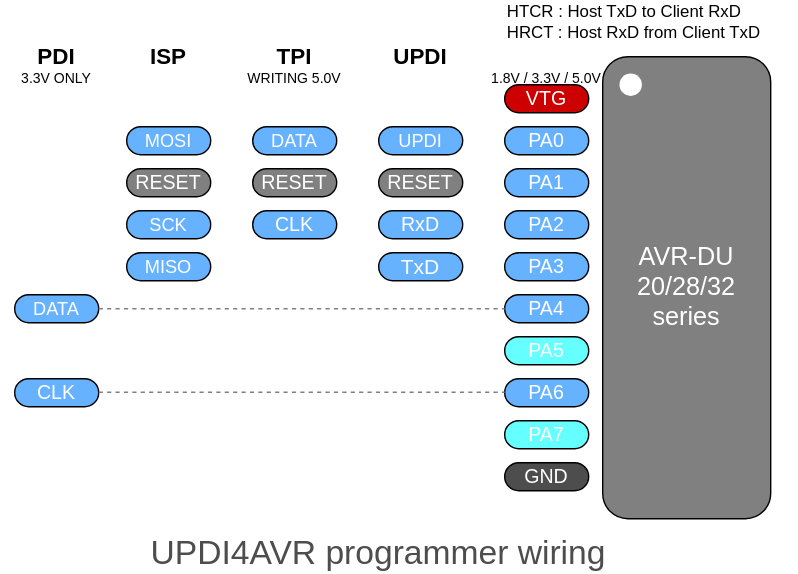
askn37/askn37.github.io keeps this draw.io diagram as product/UPDI4AVR/images/U4AU_PINOUT.drawio.svg. Above is the earlier version. Source tidied: cells renumbered, new cells last; positions are measured from the earlier drawing's top-left corner, leaving out a move shared by most shapes. Source of this version:
```xml
<mxGraphModel>
  <root>
    <mxCell id="0" />
    <mxCell id="1" parent="0" />
    <mxCell id="2" value="PDI" style="text;strokeColor=none;align=center;fillColor=none;html=1;verticalAlign=middle;whiteSpace=wrap;rounded=0;fontSize=16;fontStyle=1;" parent="1" vertex="1">
      <mxGeometry x="10" y="30" width="60" height="20" as="geometry" />
    </mxCell>
    <mxCell id="3" value="PA2" style="rounded=1;whiteSpace=wrap;html=1;labelBackgroundColor=none;fontSize=14;fontColor=#FFFFFF;fillColor=#66B2FF;arcSize=50;verticalAlign=middle;" parent="1" vertex="1">
      <mxGeometry x="360" y="150" width="60" height="20" as="geometry" />
    </mxCell>
    <mxCell id="4" value="GND" style="rounded=1;whiteSpace=wrap;html=1;labelBackgroundColor=none;fontSize=14;fontColor=#FFFFFF;fillColor=#4D4D4D;arcSize=50;verticalAlign=middle;" parent="1" vertex="1">
      <mxGeometry x="360" y="330" width="60" height="20" as="geometry" />
    </mxCell>
    <mxCell id="5" value="PA3" style="rounded=1;whiteSpace=wrap;html=1;labelBackgroundColor=none;fontSize=14;fontColor=#FFFFFF;fillColor=#66B2FF;arcSize=50;verticalAlign=middle;" parent="1" vertex="1">
      <mxGeometry x="360" y="180" width="60" height="20" as="geometry" />
    </mxCell>
    <mxCell id="6" value="VTG" style="rounded=1;whiteSpace=wrap;html=1;labelBackgroundColor=none;fontSize=14;fontColor=#FFFFFF;fillColor=#CC0000;arcSize=50;verticalAlign=middle;" parent="1" vertex="1">
      <mxGeometry x="360" y="60" width="60" height="20" as="geometry" />
    </mxCell>
    <mxCell id="7" value="PA0" style="rounded=1;whiteSpace=wrap;html=1;labelBackgroundColor=none;fontSize=14;fontColor=#FFFFFF;fillColor=#66B2FF;arcSize=50;verticalAlign=middle;" parent="1" vertex="1">
      <mxGeometry x="360" y="90" width="60" height="20" as="geometry" />
    </mxCell>
    <mxCell id="8" value="AVR-DU&lt;br&gt;20/28/32&lt;br&gt;series" style="rounded=1;whiteSpace=wrap;html=1;labelBackgroundColor=none;fontSize=18;fontColor=#FFFFFF;fillColor=#808080;" parent="1" vertex="1">
      <mxGeometry x="430" y="40" width="120" height="330" as="geometry" />
    </mxCell>
    <mxCell id="9" value="TxD" style="rounded=1;whiteSpace=wrap;html=1;labelBackgroundColor=none;fontSize=15;fontColor=#FFFFFF;fillColor=#66B2FF;arcSize=50;verticalAlign=middle;" parent="1" vertex="1">
      <mxGeometry x="270" y="180" width="60" height="20" as="geometry" />
    </mxCell>
    <mxCell id="10" value="RxD" style="rounded=1;whiteSpace=wrap;html=1;labelBackgroundColor=none;fontSize=14;fontColor=#FFFFFF;fillColor=#66B2FF;arcSize=50;verticalAlign=middle;" parent="1" vertex="1">
      <mxGeometry x="270" y="150" width="60" height="20" as="geometry" />
    </mxCell>
    <mxCell id="11" value="UPDI" style="rounded=1;whiteSpace=wrap;html=1;labelBackgroundColor=none;fontSize=13;fontColor=#FFFFFF;fillColor=#66B2FF;arcSize=50;verticalAlign=middle;" parent="1" vertex="1">
      <mxGeometry x="270" y="90" width="60" height="20" as="geometry" />
    </mxCell>
    <mxCell id="12" value="RESET" style="rounded=1;whiteSpace=wrap;html=1;labelBackgroundColor=none;fontSize=14;fontColor=#FFFFFF;fillColor=#808080;arcSize=50;verticalAlign=middle;" parent="1" vertex="1">
      <mxGeometry x="270" y="120" width="60" height="20" as="geometry" />
    </mxCell>
    <mxCell id="13" value="UPDI4AVR programmer wiring" style="text;strokeColor=none;align=center;fillColor=none;html=1;verticalAlign=middle;whiteSpace=wrap;rounded=0;labelBackgroundColor=none;fontSize=24;fontColor=#4D4D4D;" parent="1" vertex="1">
      <mxGeometry x="50" y="380" width="440" height="30" as="geometry" />
    </mxCell>
    <mxCell id="14" value="PA1" style="rounded=1;whiteSpace=wrap;html=1;labelBackgroundColor=none;fontSize=14;fontColor=#FFFFFF;fillColor=#66B2FF;arcSize=50;verticalAlign=middle;" parent="1" vertex="1">
      <mxGeometry x="360" y="120" width="60" height="20" as="geometry" />
    </mxCell>
    <mxCell id="15" style="shape=waypoint;sketch=0;size=6;fillColor=none;perimeter=centerPerimeter;labelBackgroundColor=none;fontSize=16;fontColor=#000000;strokeColor=#FFFFFF;strokeWidth=6;" parent="1" vertex="1">
      <mxGeometry x="440" y="50" width="20" height="20" as="geometry" />
    </mxCell>
    <mxCell id="16" value="HTCR : Host TxD to Client RxD&lt;span style=&quot;color: rgba(0, 0, 0, 0); font-family: monospace; font-size: 0px;&quot;&gt;%CmxGraphModel%3E%3Croot%3E%3CmxCell%20id%3D%220%22%2F%3E%3CmxCell%20id%3D%221%22%20parent%3D%220%22%2F%3E%3CmxCell%20id%3D%222%22%20value%3D%22%22%20style%3D%22shape%3Dwaypoint%3Bsketch%3D0%3Bsize%3D6%3BpointerEvents%3D1%3Bpoints%3D%5B%5D%3BfillColor%3Dnone%3Bresizable%3D0%3Brotatable%3D0%3Bperimeter%3DcenterPerimeter%3BsnapToPoint%3D1%3BlabelBackgroundColor%3Dnone%3BfontSize%3D16%3BfontColor%3D%23000000%3BstrokeColor%3D%2380FF00%3BstrokeWidth%3D6%3B%22%20vertex%3D%221%22%20parent%3D%221%22%3E%3CmxGeometry%20x%3D%22450%22%20y%3D%22200%22%20width%3D%2220%22%20height%3D%2220%22%20as%3D%22geometry%22%2F%3E%3C%2FmxCell%3E%3C%2Froot%3E%3C%2FmxGraphModel%3&lt;br&gt;&lt;span style=&quot;color: rgb(0, 0, 0); font-family: Helvetica; font-size: 12px;&quot;&gt;HRCT : Host RxD from Client TxD&lt;/span&gt;&lt;span style=&quot;scrollbar-color: rgb(226, 226, 226) rgb(251, 251, 251); color: rgba(0, 0, 0, 0);&quot;&gt;%3CmxGraphModel%3E%3Croot%3E%3CmxCell%20id%3D%220%22%2F%3E%3CmxCell%20id%3D%221%22%20parent%3D%220%22%2F%3E%3CmxCell%20id%3D%222%22%20value%3D%22%22%20style%3D%22shape%3Dwaypoint%3Bsketch%3D0%3Bsize%3D6%3BpointerEvents%3D1%3Bpoints%3D%5B%5D%3BfillColor%3Dnone%3Bresizable%3D0%3Brotatable%3D0%3Bperimeter%3DcenterPerimeter%3BsnapToPoint%3D1%3BlabelBackgroundColor%3Dnone%3BfontSize%3D16%3BfontColor%3D%23000000%3BstrokeColor%3D%2380FF00%3BstrokeWidth%3D6%3B%22%20vertex%3D%221%22%20parent%3D%221%22%3E%3CmxGeometry%20x%3D%22450%22%20y%3D%22200%22%20width%3D%2220%22%20height%3D%2220%22%20as%3D%22geometry%22%2F%3E%3C%2FmxCell%3E%3C%2Froot%3E%3C%2FmxGraphModel%3E&lt;/span&gt;&lt;/span&gt;" style="text;strokeColor=none;align=left;fillColor=none;html=1;verticalAlign=middle;whiteSpace=wrap;rounded=0;" parent="1" vertex="1">
      <mxGeometry x="360" width="210" height="30" as="geometry" />
    </mxCell>
    <mxCell id="17" value="PA4" style="rounded=1;whiteSpace=wrap;html=1;labelBackgroundColor=none;fontSize=14;fontColor=#FFFFFF;fillColor=#66B2FF;arcSize=50;verticalAlign=middle;" parent="1" vertex="1">
      <mxGeometry x="360" y="210" width="60" height="20" as="geometry" />
    </mxCell>
    <mxCell id="18" value="PA5" style="rounded=1;whiteSpace=wrap;html=1;labelBackgroundColor=none;fontSize=14;fontColor=#FFFFFF;fillColor=#66FFFF;arcSize=50;verticalAlign=middle;" parent="1" vertex="1">
      <mxGeometry x="360" y="240" width="60" height="20" as="geometry" />
    </mxCell>
    <mxCell id="19" value="PA6" style="rounded=1;whiteSpace=wrap;html=1;labelBackgroundColor=none;fontSize=14;fontColor=#FFFFFF;fillColor=#66B2FF;arcSize=50;verticalAlign=middle;" parent="1" vertex="1">
      <mxGeometry x="360" y="270" width="60" height="20" as="geometry" />
    </mxCell>
    <mxCell id="20" value="PA7" style="rounded=1;whiteSpace=wrap;html=1;labelBackgroundColor=none;fontSize=14;fontColor=#FFFFFF;fillColor=#66FFFF;arcSize=50;verticalAlign=middle;" parent="1" vertex="1">
      <mxGeometry x="360" y="300" width="60" height="20" as="geometry" />
    </mxCell>
    <mxCell id="21" value="UPDI" style="text;strokeColor=none;align=center;fillColor=none;html=1;verticalAlign=middle;whiteSpace=wrap;rounded=0;fontSize=16;fontStyle=1;" parent="1" vertex="1">
      <mxGeometry x="270" y="30" width="60" height="20" as="geometry" />
    </mxCell>
    <mxCell id="22" value="TPI" style="text;strokeColor=none;align=center;fillColor=none;html=1;verticalAlign=middle;whiteSpace=wrap;rounded=0;fontSize=16;fontStyle=1;" parent="1" vertex="1">
      <mxGeometry x="180" y="30" width="60" height="20" as="geometry" />
    </mxCell>
    <mxCell id="23" value="DATA" style="rounded=1;whiteSpace=wrap;html=1;labelBackgroundColor=none;fontSize=13;fontColor=#FFFFFF;fillColor=#66B2FF;arcSize=50;verticalAlign=middle;" parent="1" vertex="1">
      <mxGeometry x="180" y="90" width="60" height="20" as="geometry" />
    </mxCell>
    <mxCell id="24" value="RESET" style="rounded=1;whiteSpace=wrap;html=1;labelBackgroundColor=none;fontSize=14;fontColor=#FFFFFF;fillColor=#808080;arcSize=50;verticalAlign=middle;" parent="1" vertex="1">
      <mxGeometry x="180" y="120" width="60" height="20" as="geometry" />
    </mxCell>
    <mxCell id="25" value="CLK" style="rounded=1;whiteSpace=wrap;html=1;labelBackgroundColor=none;fontSize=14;fontColor=#FFFFFF;fillColor=#66B2FF;arcSize=50;verticalAlign=middle;" parent="1" vertex="1">
      <mxGeometry x="180" y="150" width="60" height="20" as="geometry" />
    </mxCell>
    <mxCell id="26" value="DATA" style="rounded=1;whiteSpace=wrap;html=1;labelBackgroundColor=none;fontSize=13;fontColor=#FFFFFF;fillColor=#66B2FF;arcSize=50;verticalAlign=middle;" parent="1" vertex="1">
      <mxGeometry x="10" y="210" width="60" height="20" as="geometry" />
    </mxCell>
    <mxCell id="27" value="CLK" style="rounded=1;whiteSpace=wrap;html=1;labelBackgroundColor=none;fontSize=14;fontColor=#FFFFFF;fillColor=#66B2FF;arcSize=50;verticalAlign=middle;" parent="1" vertex="1">
      <mxGeometry x="10" y="270" width="60" height="20" as="geometry" />
    </mxCell>
    <mxCell id="28" value="3.3V ONLY" style="text;strokeColor=none;align=center;fillColor=none;html=1;verticalAlign=middle;whiteSpace=wrap;rounded=0;fontSize=10;" parent="1" vertex="1">
      <mxGeometry y="50" width="80" height="10" as="geometry" />
    </mxCell>
    <mxCell id="29" value="MOSI" style="rounded=1;whiteSpace=wrap;html=1;labelBackgroundColor=none;fontSize=13;fontColor=#FFFFFF;fillColor=#66B2FF;arcSize=50;verticalAlign=middle;" parent="1" vertex="1">
      <mxGeometry x="90" y="90" width="60" height="20" as="geometry" />
    </mxCell>
    <mxCell id="30" value="ISP" style="text;strokeColor=none;align=center;fillColor=none;html=1;verticalAlign=middle;whiteSpace=wrap;rounded=0;fontSize=16;fontStyle=1;" parent="1" vertex="1">
      <mxGeometry x="90" y="30" width="60" height="20" as="geometry" />
    </mxCell>
    <mxCell id="31" value="SCK" style="rounded=1;whiteSpace=wrap;html=1;labelBackgroundColor=none;fontSize=13;fontColor=#FFFFFF;fillColor=#66B2FF;arcSize=50;verticalAlign=middle;" parent="1" vertex="1">
      <mxGeometry x="90" y="150" width="60" height="20" as="geometry" />
    </mxCell>
    <mxCell id="32" value="RESET" style="rounded=1;whiteSpace=wrap;html=1;labelBackgroundColor=none;fontSize=14;fontColor=#FFFFFF;fillColor=#808080;arcSize=50;verticalAlign=middle;" parent="1" vertex="1">
      <mxGeometry x="90" y="120" width="60" height="20" as="geometry" />
    </mxCell>
    <mxCell id="33" value="MISO" style="rounded=1;whiteSpace=wrap;html=1;labelBackgroundColor=none;fontSize=13;fontColor=#FFFFFF;fillColor=#66B2FF;arcSize=50;verticalAlign=middle;" parent="1" vertex="1">
      <mxGeometry x="90" y="180" width="60" height="20" as="geometry" />
    </mxCell>
    <mxCell id="34" style="edgeStyle=none;jettySize=auto;html=1;exitX=1;exitY=0.5;exitDx=0;exitDy=0;entryX=0;entryY=0.5;entryDx=0;entryDy=0;endArrow=none;endFill=0;dashed=1;fontColor=#808080;strokeColor=#808080;" parent="1" edge="1" source="26" target="17">
      <mxGeometry relative="1" as="geometry" />
    </mxCell>
    <mxCell id="35" style="edgeStyle=none;orthogonalLoop=1;jettySize=auto;html=1;exitX=1;exitY=0.5;exitDx=0;exitDy=0;entryX=0;entryY=0.5;entryDx=0;entryDy=0;endArrow=none;endFill=0;dashed=1;fontColor=#808080;strokeColor=#808080;" parent="1" edge="1">
      <mxGeometry relative="1" as="geometry">
        <mxPoint x="70" y="279.7" as="sourcePoint" />
        <mxPoint x="360" y="279.7" as="targetPoint" />
      </mxGeometry>
    </mxCell>
    <mxCell id="36" value="WRITING 5.0V" style="text;strokeColor=none;align=center;fillColor=none;html=1;verticalAlign=middle;whiteSpace=wrap;rounded=0;fontSize=10;" parent="1" vertex="1">
      <mxGeometry x="170" y="50" width="80" height="10" as="geometry" />
    </mxCell>
    <mxCell id="37" value="1.8V / 3.3V / 5.0V" style="text;strokeColor=none;align=center;fillColor=none;html=1;verticalAlign=middle;whiteSpace=wrap;rounded=0;fontSize=10;" parent="1" vertex="1">
      <mxGeometry x="340" y="50" width="100" height="10" as="geometry" />
    </mxCell>
  </root>
</mxGraphModel>
```
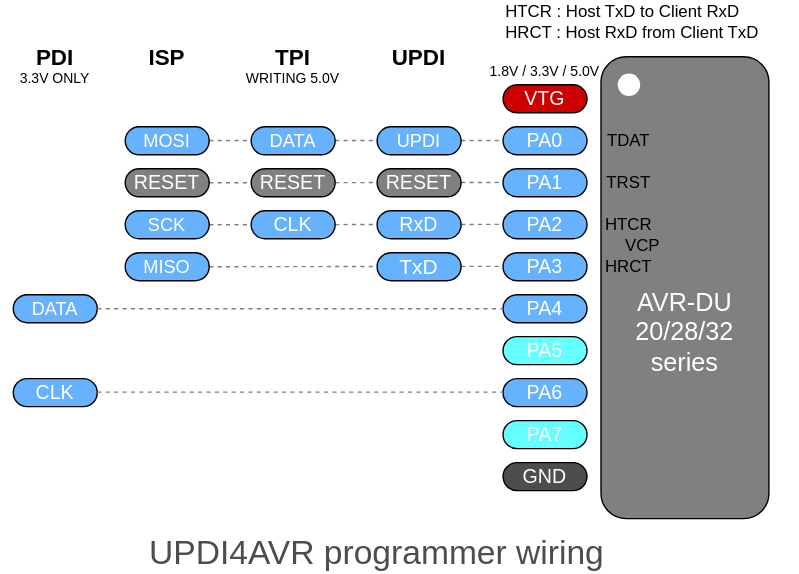
Above is the later version.

Change to the diagram source:
```diff
@@ -2,6 +2,26 @@
   <root>
     <mxCell id="0" />
     <mxCell id="1" parent="0" />
+    <mxCell id="38" style="edgeStyle=none;jettySize=auto;html=1;exitX=1;exitY=0.488;exitDx=0;exitDy=0;entryX=0;entryY=0.5;entryDx=0;entryDy=0;endArrow=none;endFill=0;dashed=1;fontColor=#808080;strokeColor=#808080;exitPerimeter=0;" parent="1" edge="1" source="29">
+      <mxGeometry relative="1" as="geometry">
+        <mxPoint x="360" y="99.8" as="targetPoint" />
+      </mxGeometry>
+    </mxCell>
+    <mxCell id="39" style="edgeStyle=none;jettySize=auto;html=1;exitX=1;exitY=0.5;exitDx=0;exitDy=0;entryX=0;entryY=0.5;entryDx=0;entryDy=0;endArrow=none;endFill=0;dashed=1;fontColor=#808080;strokeColor=#808080;" parent="1" edge="1" source="32">
+      <mxGeometry relative="1" as="geometry">
+        <mxPoint x="360" y="129.8" as="targetPoint" />
+      </mxGeometry>
+    </mxCell>
+    <mxCell id="40" style="edgeStyle=none;jettySize=auto;html=1;exitX=1;exitY=0.5;exitDx=0;exitDy=0;entryX=0;entryY=0.5;entryDx=0;entryDy=0;endArrow=none;endFill=0;dashed=1;fontColor=#808080;strokeColor=#808080;" parent="1" edge="1" source="31">
+      <mxGeometry relative="1" as="geometry">
+        <mxPoint x="360" y="159.8" as="targetPoint" />
+      </mxGeometry>
+    </mxCell>
+    <mxCell id="41" style="edgeStyle=none;jettySize=auto;html=1;exitX=1;exitY=0.5;exitDx=0;exitDy=0;entryX=0;entryY=0.5;entryDx=0;entryDy=0;endArrow=none;endFill=0;dashed=1;fontColor=#808080;strokeColor=#808080;" parent="1" edge="1" source="33">
+      <mxGeometry relative="1" as="geometry">
+        <mxPoint x="360" y="189.8" as="targetPoint" />
+      </mxGeometry>
+    </mxCell>
     <mxCell id="2" value="PDI" style="text;strokeColor=none;align=center;fillColor=none;html=1;verticalAlign=middle;whiteSpace=wrap;rounded=0;fontSize=16;fontStyle=1;" parent="1" vertex="1">
       <mxGeometry x="10" y="30" width="60" height="20" as="geometry" />
     </mxCell>
@@ -20,7 +40,7 @@
     <mxCell id="7" value="PA0" style="rounded=1;whiteSpace=wrap;html=1;labelBackgroundColor=none;fontSize=14;fontColor=#FFFFFF;fillColor=#66B2FF;arcSize=50;verticalAlign=middle;" parent="1" vertex="1">
       <mxGeometry x="360" y="90" width="60" height="20" as="geometry" />
     </mxCell>
-    <mxCell id="8" value="AVR-DU&lt;br&gt;20/28/32&lt;br&gt;series" style="rounded=1;whiteSpace=wrap;html=1;labelBackgroundColor=none;fontSize=18;fontColor=#FFFFFF;fillColor=#808080;" parent="1" vertex="1">
+    <mxCell id="8" value="&lt;div&gt;&lt;br&gt;&lt;/div&gt;&lt;div&gt;&lt;br&gt;&lt;/div&gt;&lt;div&gt;&lt;br&gt;&lt;/div&gt;AVR-DU&lt;br&gt;20/28/32&lt;br&gt;series" style="rounded=1;whiteSpace=wrap;html=1;labelBackgroundColor=none;fontSize=18;fontColor=#FFFFFF;fillColor=#808080;" parent="1" vertex="1">
       <mxGeometry x="430" y="40" width="120" height="330" as="geometry" />
     </mxCell>
     <mxCell id="9" value="TxD" style="rounded=1;whiteSpace=wrap;html=1;labelBackgroundColor=none;fontSize=15;fontColor=#FFFFFF;fillColor=#66B2FF;arcSize=50;verticalAlign=middle;" parent="1" vertex="1">
@@ -111,7 +131,22 @@
       <mxGeometry x="170" y="50" width="80" height="10" as="geometry" />
     </mxCell>
     <mxCell id="37" value="1.8V / 3.3V / 5.0V" style="text;strokeColor=none;align=center;fillColor=none;html=1;verticalAlign=middle;whiteSpace=wrap;rounded=0;fontSize=10;" parent="1" vertex="1">
-      <mxGeometry x="340" y="50" width="100" height="10" as="geometry" />
+      <mxGeometry x="340" y="40" width="100" height="20" as="geometry" />
     </mxCell>
+    <mxCell id="42" value="HTCR" style="text;strokeColor=none;align=center;fillColor=none;html=1;verticalAlign=middle;whiteSpace=wrap;rounded=0;" parent="1" vertex="1">
+      <mxGeometry x="420" y="150" width="60" height="20" as="geometry" />
+    </mxCell>
+    <mxCell id="43" value="HRCT" style="text;strokeColor=none;align=center;fillColor=none;html=1;verticalAlign=middle;whiteSpace=wrap;rounded=0;" parent="1" vertex="1">
+      <mxGeometry x="420" y="180" width="60" height="20" as="geometry" />
+    </mxCell>
+    <mxCell id="44" value="TDAT" style="text;strokeColor=none;align=center;fillColor=none;html=1;verticalAlign=middle;whiteSpace=wrap;rounded=0;" parent="1" vertex="1">
+      <mxGeometry x="420" y="90" width="60" height="20" as="geometry" />
+    </mxCell>
+    <mxCell id="45" value="TRST" style="text;strokeColor=none;align=center;fillColor=none;html=1;verticalAlign=middle;whiteSpace=wrap;rounded=0;" parent="1" vertex="1">
+      <mxGeometry x="420" y="120" width="60" height="20" as="geometry" />
+    </mxCell>
+    <mxCell id="46" value="VCP" style="text;strokeColor=none;align=center;fillColor=none;html=1;verticalAlign=middle;whiteSpace=wrap;rounded=0;" parent="1" vertex="1">
+      <mxGeometry x="430" y="160" width="60" height="30" as="geometry" />
+    </mxCell>
   </root>
 </mxGraphModel>
```
